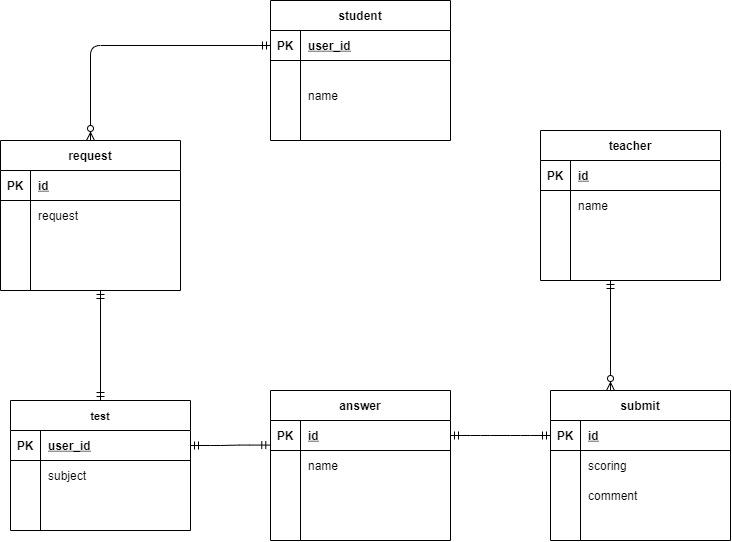
Before: index.drawio.png, a diagram exported from draw.io (kgrkgr/datebase). Source tidied: cells renumbered, new cells last; positions are measured from the earlier drawing's top-left corner, leaving out a move shared by most shapes.
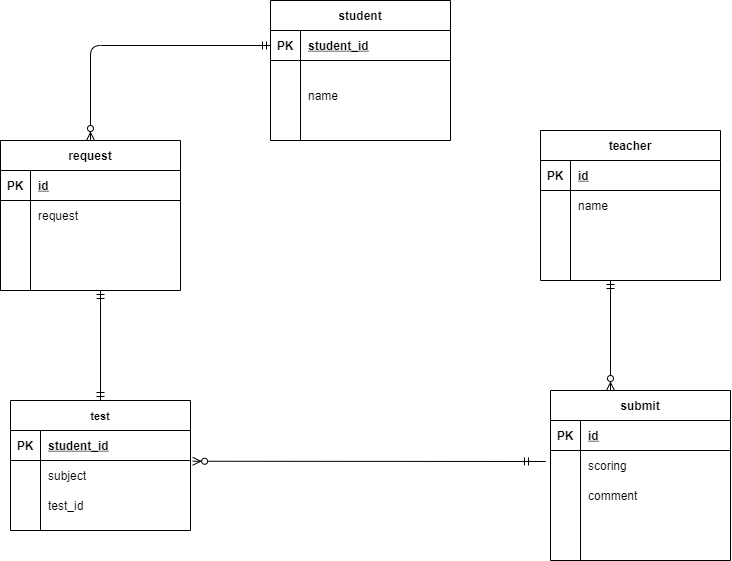
The same file after the commit.

Change to the diagram source:
```diff
@@ -11,7 +11,7 @@
     <mxCell id="4" value="PK" style="shape=partialRectangle;fillColor=none;top=0;left=0;bottom=0;right=0;fontStyle=1;overflow=hidden;" parent="3" vertex="1">
       <mxGeometry width="30" height="30" as="geometry" />
     </mxCell>
-    <mxCell id="5" value="user_id" style="shape=partialRectangle;fillColor=none;top=0;left=0;bottom=0;right=0;align=left;spacingLeft=6;fontStyle=5;overflow=hidden;" parent="3" vertex="1">
+    <mxCell id="5" value="student_id" style="shape=partialRectangle;fillColor=none;top=0;left=0;bottom=0;right=0;align=left;spacingLeft=6;fontStyle=5;overflow=hidden;" parent="3" vertex="1">
       <mxGeometry x="30" width="150" height="30" as="geometry" />
     </mxCell>
     <mxCell id="6" style="shape=partialRectangle;fillColor=none;top=0;left=0;bottom=0;right=0;" parent="2" vertex="1">
@@ -42,7 +42,7 @@
       <mxGeometry x="30" width="150" height="30" as="geometry" />
     </mxCell>
     <mxCell id="15" value="submit" style="shape=table;startSize=30;rowLines=0;fontStyle=1;align=center;" parent="1" vertex="1">
-      <mxGeometry x="550" y="390" width="180" height="150" as="geometry" />
+      <mxGeometry x="550" y="390" width="180" height="170" as="geometry" />
     </mxCell>
     <mxCell id="16" style="shape=partialRectangle;fillColor=none;top=0;left=0;bottom=1;right=0;points=[[0,0.5],[1,0.5]];portConstraint=eastwest;" parent="15" vertex="1">
       <mxGeometry y="30" width="180" height="30" as="geometry" />
@@ -71,8 +71,17 @@
     <mxCell id="24" value="comment" style="shape=partialRectangle;fillColor=none;top=0;left=0;bottom=0;right=0;align=left;spacingLeft=6;overflow=hidden;" parent="22" vertex="1">
       <mxGeometry x="30" width="150" height="30" as="geometry" />
     </mxCell>
+    <mxCell id="82" style="shape=partialRectangle;fillColor=none;top=0;left=0;bottom=0;right=0;" parent="15" vertex="1">
+      <mxGeometry y="120" width="180" height="20" as="geometry" />
+    </mxCell>
+    <mxCell id="83" style="shape=partialRectangle;fillColor=none;top=0;left=0;bottom=0;right=0;overflow=hidden;" parent="82" vertex="1">
+      <mxGeometry width="30" height="20" as="geometry" />
+    </mxCell>
+    <mxCell id="84" style="shape=partialRectangle;fillColor=none;top=0;left=0;bottom=0;right=0;align=left;spacingLeft=6;overflow=hidden;" parent="82" vertex="1">
+      <mxGeometry x="30" width="150" height="20" as="geometry" />
+    </mxCell>
     <mxCell id="25" style="shape=partialRectangle;fillColor=none;top=0;left=0;bottom=0;right=0;" parent="15" vertex="1">
-      <mxGeometry y="120" width="180" height="20" as="geometry" />
+      <mxGeometry y="140" width="180" height="20" as="geometry" />
     </mxCell>
     <mxCell id="26" style="shape=partialRectangle;fillColor=none;top=0;left=0;bottom=0;right=0;overflow=hidden;" parent="25" vertex="1">
       <mxGeometry width="30" height="20" as="geometry" />
@@ -89,7 +98,7 @@
     <mxCell id="30" value="PK" style="shape=partialRectangle;fillColor=none;top=0;left=0;bottom=0;right=0;fontStyle=1;overflow=hidden;" parent="29" vertex="1">
       <mxGeometry width="30" height="30" as="geometry" />
     </mxCell>
-    <mxCell id="31" value="user_id" style="shape=partialRectangle;fillColor=none;top=0;left=0;bottom=0;right=0;align=left;spacingLeft=6;fontStyle=5;overflow=hidden;" parent="29" vertex="1">
+    <mxCell id="31" value="student_id" style="shape=partialRectangle;fillColor=none;top=0;left=0;bottom=0;right=0;align=left;spacingLeft=6;fontStyle=5;overflow=hidden;" parent="29" vertex="1">
       <mxGeometry x="30" width="150" height="30" as="geometry" />
     </mxCell>
     <mxCell id="32" style="shape=partialRectangle;fillColor=none;top=0;left=0;bottom=0;right=0;points=[[0,0.5],[1,0.5]];portConstraint=eastwest;" parent="28" vertex="1">
@@ -107,7 +116,7 @@
     <mxCell id="36" style="shape=partialRectangle;fillColor=none;top=0;left=0;bottom=0;right=0;overflow=hidden;" parent="35" vertex="1">
       <mxGeometry width="30" height="30" as="geometry" />
     </mxCell>
-    <mxCell id="37" style="shape=partialRectangle;fillColor=none;top=0;left=0;bottom=0;right=0;align=left;spacingLeft=6;overflow=hidden;" parent="35" vertex="1">
+    <mxCell id="37" value="test_id" style="shape=partialRectangle;fillColor=none;top=0;left=0;bottom=0;right=0;align=left;spacingLeft=6;overflow=hidden;" parent="35" vertex="1">
       <mxGeometry x="30" width="150" height="30" as="geometry" />
     </mxCell>
     <mxCell id="38" value="request" style="shape=table;startSize=30;rowLines=0;fontStyle=1;align=center;" parent="1" vertex="1">
@@ -193,6 +202,11 @@
         <mxPoint x="90" y="140" as="targetPoint" />
       </mxGeometry>
     </mxCell>
+    <mxCell id="85" style="edgeStyle=entityRelationEdgeStyle;fontSize=12;html=1;endArrow=ERzeroToMany;startArrow=ERmandOne;entryX=1.012;entryY=0.025;entryDx=0;entryDy=0;entryPerimeter=0;" parent="1" edge="1" target="32">
+      <mxGeometry relative="1" as="geometry">
+        <mxPoint x="520" y="461" as="sourcePoint" />
+      </mxGeometry>
+    </mxCell>
     <mxCell id="65" style="fontSize=12;html=1;endArrow=ERzeroToMany;startArrow=ERmandOne;" parent="1" edge="1">
       <mxGeometry relative="1" as="geometry">
         <mxPoint x="610" y="280" as="sourcePoint" />
@@ -204,50 +218,5 @@
         <mxPoint x="100" y="290" as="sourcePoint" />
       </mxGeometry>
     </mxCell>
-    <mxCell id="67" value="answer" style="shape=table;startSize=30;rowLines=0;fontStyle=1;align=center;" parent="1" vertex="1">
-      <mxGeometry x="270" y="390" width="180" height="150" as="geometry" />
-    </mxCell>
-    <mxCell id="68" style="shape=partialRectangle;fillColor=none;top=0;left=0;bottom=1;right=0;points=[[0,0.5],[1,0.5]];portConstraint=eastwest;" parent="67" vertex="1">
-      <mxGeometry y="30" width="180" height="30" as="geometry" />
-    </mxCell>
-    <mxCell id="69" value="PK" style="shape=partialRectangle;fillColor=none;top=0;left=0;bottom=0;right=0;fontStyle=1;overflow=hidden;" parent="68" vertex="1">
-      <mxGeometry width="30" height="30" as="geometry" />
-    </mxCell>
-    <mxCell id="70" value="id" style="shape=partialRectangle;fillColor=none;top=0;left=0;bottom=0;right=0;align=left;spacingLeft=6;fontStyle=5;overflow=hidden;" parent="68" vertex="1">
-      <mxGeometry x="30" width="150" height="30" as="geometry" />
-    </mxCell>
-    <mxCell id="71" style="shape=partialRectangle;fillColor=none;top=0;left=0;bottom=0;right=0;" parent="67" vertex="1">
-      <mxGeometry y="60" width="180" height="30" as="geometry" />
-    </mxCell>
-    <mxCell id="72" style="shape=partialRectangle;fillColor=none;top=0;left=0;bottom=0;right=0;overflow=hidden;" parent="71" vertex="1">
-      <mxGeometry width="30" height="30" as="geometry" />
-    </mxCell>
-    <mxCell id="73" value="name" style="shape=partialRectangle;fillColor=none;top=0;left=0;bottom=0;right=0;align=left;spacingLeft=6;overflow=hidden;" parent="71" vertex="1">
-      <mxGeometry x="30" width="150" height="30" as="geometry" />
-    </mxCell>
-    <mxCell id="74" style="shape=partialRectangle;fillColor=none;top=0;left=0;bottom=0;right=0;" parent="67" vertex="1">
-      <mxGeometry y="90" width="180" height="30" as="geometry" />
-    </mxCell>
-    <mxCell id="75" style="shape=partialRectangle;fillColor=none;top=0;left=0;bottom=0;right=0;overflow=hidden;" parent="74" vertex="1">
-      <mxGeometry width="30" height="30" as="geometry" />
-    </mxCell>
-    <mxCell id="76" style="shape=partialRectangle;fillColor=none;top=0;left=0;bottom=0;right=0;align=left;spacingLeft=6;overflow=hidden;" parent="74" vertex="1">
-      <mxGeometry x="30" width="150" height="30" as="geometry" />
-    </mxCell>
-    <mxCell id="77" style="shape=partialRectangle;fillColor=none;top=0;left=0;bottom=0;right=0;" parent="67" vertex="1">
-      <mxGeometry y="120" width="180" height="30" as="geometry" />
-    </mxCell>
-    <mxCell id="78" style="shape=partialRectangle;fillColor=none;top=0;left=0;bottom=0;right=0;overflow=hidden;" parent="77" vertex="1">
-      <mxGeometry width="30" height="30" as="geometry" />
-    </mxCell>
-    <mxCell id="79" style="shape=partialRectangle;fillColor=none;top=0;left=0;bottom=0;right=0;align=left;spacingLeft=6;overflow=hidden;" parent="77" vertex="1">
-      <mxGeometry x="30" width="150" height="30" as="geometry" />
-    </mxCell>
-    <mxCell id="80" style="edgeStyle=entityRelationEdgeStyle;fontSize=12;html=1;endArrow=ERmandOne;startArrow=ERmandOne;exitX=1;exitY=0.5;exitDx=0;exitDy=0;entryX=-0.004;entryY=0.819;entryDx=0;entryDy=0;entryPerimeter=0;" parent="1" edge="1" source="29" target="68">
-      <mxGeometry relative="1" as="geometry" />
-    </mxCell>
-    <mxCell id="81" style="edgeStyle=entityRelationEdgeStyle;fontSize=12;html=1;endArrow=ERmandOne;startArrow=ERmandOne;exitX=1;exitY=0.5;exitDx=0;exitDy=0;entryX=0;entryY=0.5;entryDx=0;entryDy=0;" parent="1" edge="1" source="68" target="16">
-      <mxGeometry relative="1" as="geometry" />
-    </mxCell>
   </root>
 </mxGraphModel>
```
